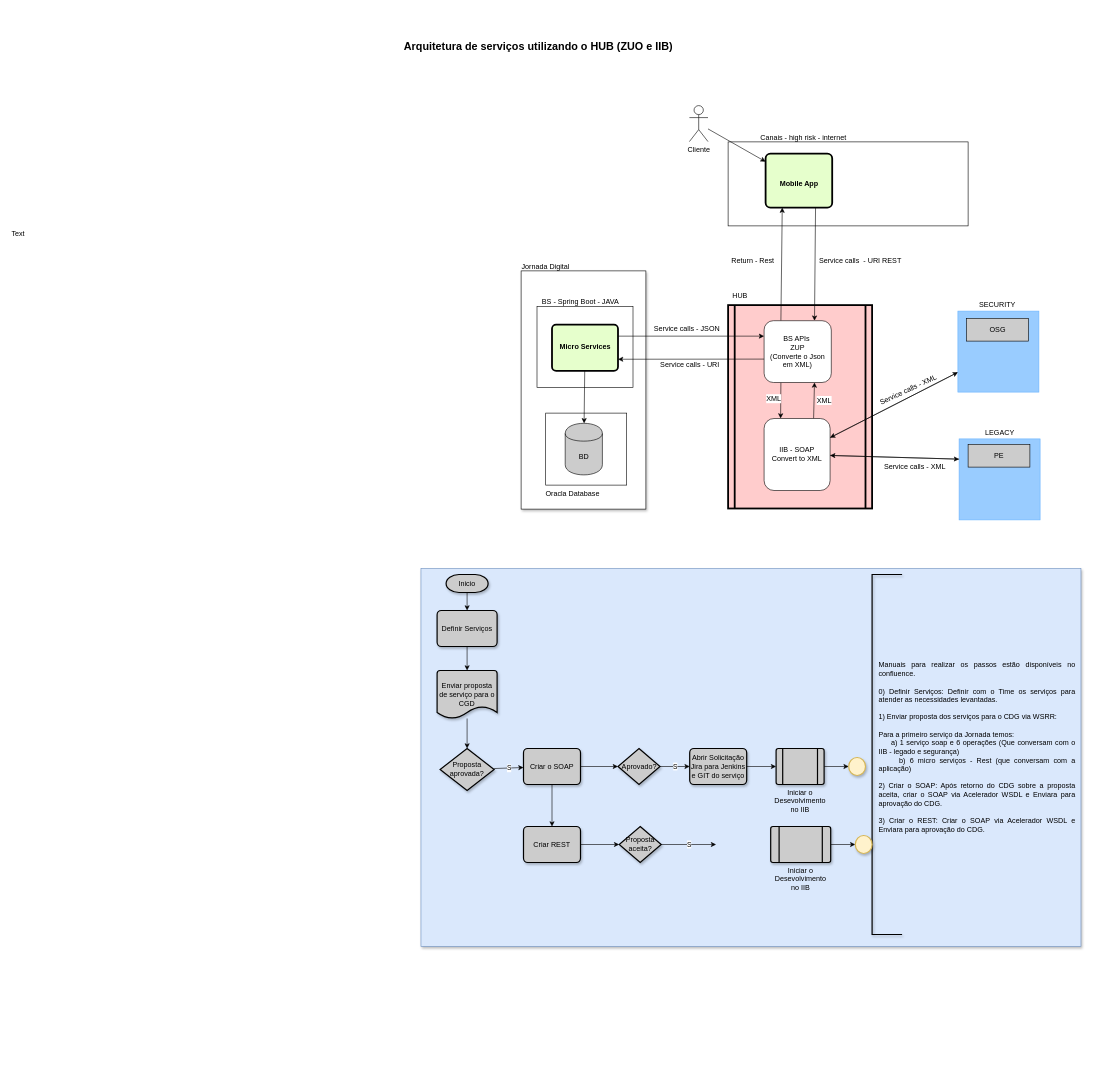
This is Untitled Diagram.drawio from lucypbraz/Projects, a draw.io file, before an edit. Source tidied: cells renumbered, new cells numbered last; positions are measured from the earlier drawing's top-left corner, leaving out a move shared by most shapes. Both pictures are drawn from the tidied source at 60%, with x=0, y=0 at pixel (10, 16).
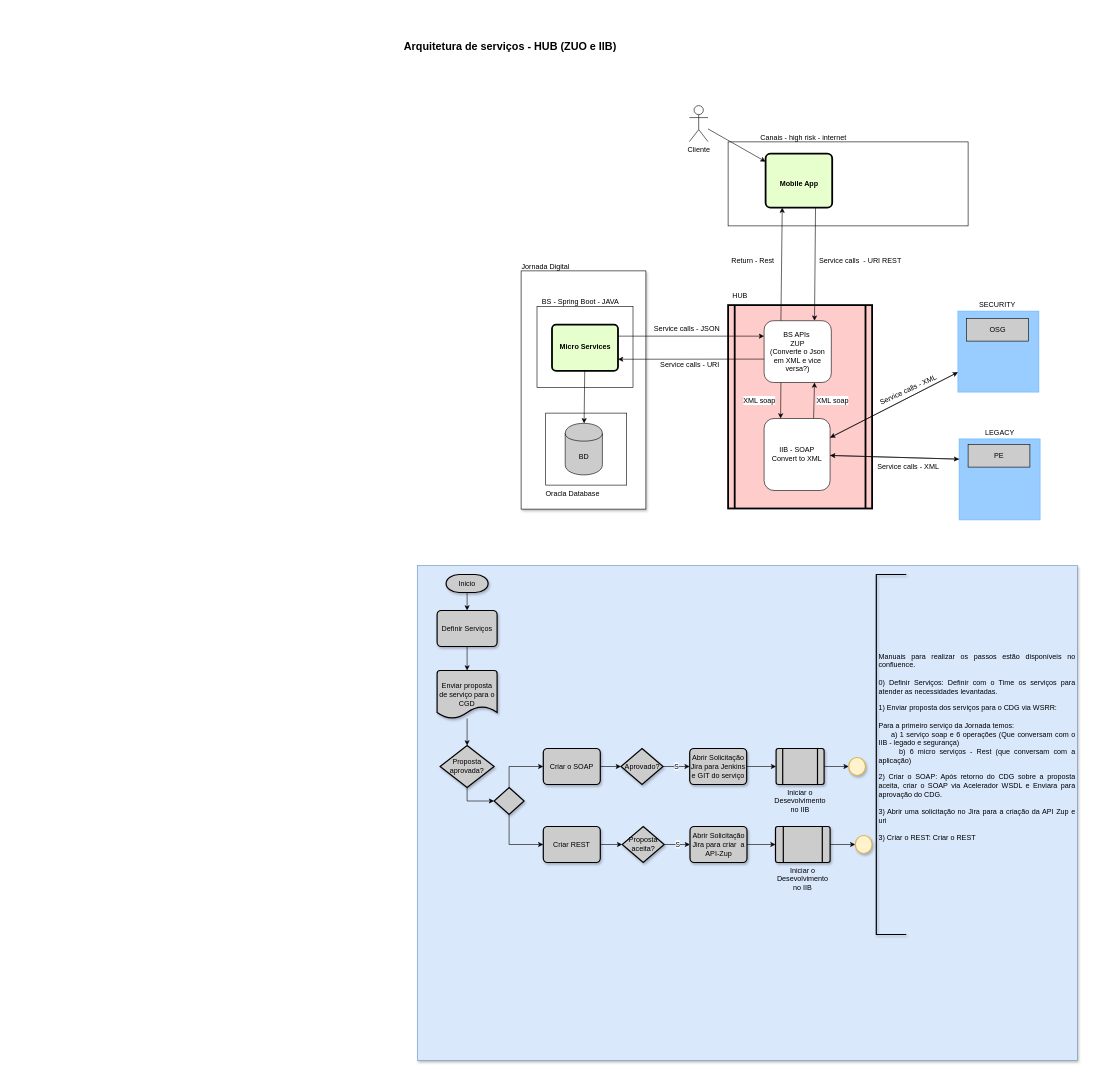
The same diagram, later.

The change refers to these unchanged cells:
```xml
<mxCell id="16" style="edgeStyle=none;rounded=0;jettySize=auto;html=1;exitX=0.25;exitY=1;exitDx=0;exitDy=0;entryX=0.25;entryY=0;entryDx=0;entryDy=0;" parent="1" edge="1" source="18" target="23">
  <mxGeometry relative="1" as="geometry" />
</mxCell>
<mxCell id="20" style="edgeStyle=none;rounded=0;jettySize=auto;html=1;entryX=0.75;entryY=1;entryDx=0;entryDy=0;exitX=0.75;exitY=0;exitDx=0;exitDy=0;" parent="1" edge="1" source="23" target="18">
  <mxGeometry relative="1" as="geometry" />
</mxCell>
<mxCell id="31" style="edgeStyle=none;rounded=0;jettySize=auto;html=1;entryX=0;entryY=0.25;entryDx=0;entryDy=0;" parent="1" edge="1" source="23" target="5">
  <mxGeometry relative="1" as="geometry" />
</mxCell>
```

Diff of the diagram source:
```diff
@@
     <mxCell id="2" style="rounded=0;whiteSpace=wrap;html=1;shadow=1;fillColor=#dae8fc;strokeColor=#6c8ebf;" parent="1" vertex="1">
-      <mxGeometry x="684.1" y="920" width="1100" height="630" as="geometry" />
+      <mxGeometry x="678" y="915" width="1100" height="825" as="geometry" />
     </mxCell>
@@
-    <mxCell id="17" value="XML" style="text;html=1;align=center;verticalAlign=middle;labelBackgroundColor=#ffffff;" parent="16" vertex="1">
+    <mxCell id="17" value="XML soap" style="text;html=1;align=center;verticalAlign=middle;labelBackgroundColor=#ffffff;" parent="16" vertex="1">
       <mxGeometry x="-0.56" y="-1" relative="1" as="geometry">
-        <mxPoint x="73" y="17" as="offset" />
+        <mxPoint x="86.5" y="17" as="offset" />
       </mxGeometry>
     </mxCell>
-    <mxCell id="18" value="&lt;span&gt;BS APIs&amp;nbsp;&lt;br&gt;ZUP&lt;br&gt;(Converte o Json em XML)&lt;br&gt;&lt;/span&gt;" style="rounded=1;whiteSpace=wrap;html=1;" parent="1" vertex="1">
+    <mxCell id="18" value="&lt;span&gt;BS APIs&amp;nbsp;&lt;br&gt;ZUP&lt;br&gt;(Converte o Json em XML e vice versa?)&lt;br&gt;&lt;/span&gt;" style="rounded=1;whiteSpace=wrap;html=1;" parent="1" vertex="1">
       <mxGeometry x="1256" y="507" width="112" height="103" as="geometry" />
     </mxCell>
@@
-    <mxCell id="21" value="XML" style="text;html=1;align=center;verticalAlign=middle;labelBackgroundColor=#ffffff;" parent="20" vertex="1">
+    <mxCell id="21" value="XML soap" style="text;html=1;align=center;verticalAlign=middle;labelBackgroundColor=#ffffff;" parent="20" vertex="1">
       <mxGeometry x="-0.27" y="3" relative="1" as="geometry">
-        <mxPoint x="-65" y="-11.5" as="offset" />
+        <mxPoint x="-88.5" y="-8" as="offset" />
       </mxGeometry>
     </mxCell>
@@
     <mxCell id="32" value="Service calls - XML" style="text;html=1;align=center;verticalAlign=middle;labelBackgroundColor=#ffffff;" parent="31" vertex="1">
       <mxGeometry x="0.34" y="2" relative="1" as="geometry">
-        <mxPoint x="-3" y="17" as="offset" />
+        <mxPoint x="-14" y="17" as="offset" />
       </mxGeometry>
     </mxCell>
@@
-    <mxCell id="46" value="&lt;h1&gt;&lt;font style=&quot;font-size: 18px&quot;&gt;Arquitetura de serviços utilizando o HUB (ZUO e IIB)&lt;/font&gt;&lt;/h1&gt;&lt;div&gt;&lt;font style=&quot;font-size: 18px&quot;&gt;&lt;br&gt;&lt;/font&gt;&lt;/div&gt;" style="text;html=1;strokeColor=none;fillColor=none;spacing=5;spacingTop=-20;whiteSpace=wrap;overflow=hidden;rounded=0;shadow=1;fontSize=21;" parent="1" vertex="1">
+    <mxCell id="46" value="&lt;h1&gt;&lt;font style=&quot;font-size: 18px&quot;&gt;Arquitetura de serviços - HUB (ZUO e IIB)&lt;/font&gt;&lt;/h1&gt;&lt;div&gt;&lt;font style=&quot;font-size: 18px&quot;&gt;&lt;br&gt;&lt;/font&gt;&lt;/div&gt;" style="text;html=1;strokeColor=none;fillColor=none;spacing=5;spacingTop=-20;whiteSpace=wrap;overflow=hidden;rounded=0;shadow=1;fontSize=21;" parent="1" vertex="1">
       <mxGeometry x="651" width="1166" height="120" as="geometry" />
     </mxCell>
-    <mxCell id="47" value="Text" style="text;html=1;align=left;verticalAlign=top;spacingTop=-4;" parent="1" vertex="1">
-      <mxGeometry y="352" width="40" height="10" as="geometry" />
-    </mxCell>
-    <mxCell id="48" value="&lt;div style=&quot;text-align: justify&quot;&gt;Manuais para realizar os passos estão disponíveis no confluence.&lt;/div&gt;&lt;div style=&quot;text-align: justify&quot;&gt;&lt;br&gt;&lt;/div&gt;&lt;div style=&quot;text-align: justify&quot;&gt;0) Definir Serviços: Definir com o Time os serviços para atender as necessidades levantadas.&lt;/div&gt;&lt;div style=&quot;text-align: justify&quot;&gt;&lt;br&gt;&lt;/div&gt;&lt;div style=&quot;text-align: justify&quot;&gt;&lt;span&gt;1) Enviar proposta dos serviços para o CDG via WSRR:&lt;/span&gt;&lt;br&gt;&lt;/div&gt;&lt;div style=&quot;text-align: justify&quot;&gt;&lt;span&gt;&lt;br&gt;&lt;/span&gt;&lt;/div&gt;&lt;div style=&quot;text-align: justify&quot;&gt;&lt;span&gt;Para a primeiro serviço da Jornada temos:&amp;nbsp;&lt;/span&gt;&lt;/div&gt;&lt;div style=&quot;text-align: justify&quot;&gt;&lt;span&gt;&amp;nbsp; &amp;nbsp; &amp;nbsp;a) 1 serviço soap e 6 operações (Que conversam com o IIB - legado e segurança)&lt;/span&gt;&lt;/div&gt;&lt;div style=&quot;text-align: justify&quot;&gt;&lt;span&gt;&amp;nbsp; &amp;nbsp; &amp;nbsp;b) 6 micro serviços - Rest (que conversam com a aplicação)&lt;/span&gt;&lt;/div&gt;&lt;div style=&quot;text-align: justify&quot;&gt;&lt;span&gt;&lt;br&gt;&lt;/span&gt;&lt;/div&gt;&lt;div style=&quot;text-align: justify&quot;&gt;&lt;span&gt;2) Criar o SOAP: Após retorno do CDG sobre a proposta aceita, criar o SOAP via Acelerador WSDL e Enviara para aprovação do CDG.&lt;/span&gt;&lt;/div&gt;&lt;div style=&quot;text-align: justify&quot;&gt;&lt;span&gt;&lt;br&gt;&lt;/span&gt;&lt;/div&gt;&lt;div style=&quot;text-align: justify&quot;&gt;3) Criar o REST: Criar o SOAP via Acelerador WSDL e Enviara para aprovação do CDG.&lt;span&gt;&lt;br&gt;&lt;/span&gt;&lt;/div&gt;&lt;div style=&quot;text-align: justify&quot;&gt;&lt;br&gt;&lt;/div&gt;" style="text;html=1;strokeColor=none;fillColor=none;align=center;verticalAlign=middle;whiteSpace=wrap;rounded=0;shadow=1;" parent="1" vertex="1">
+    <mxCell id="48" value="&lt;div style=&quot;text-align: justify&quot;&gt;Manuais para realizar os passos estão disponíveis no confluence.&lt;/div&gt;&lt;div style=&quot;text-align: justify&quot;&gt;&lt;br&gt;&lt;/div&gt;&lt;div style=&quot;text-align: justify&quot;&gt;0) Definir Serviços: Definir com o Time os serviços para atender as necessidades levantadas.&lt;/div&gt;&lt;div style=&quot;text-align: justify&quot;&gt;&lt;br&gt;&lt;/div&gt;&lt;div style=&quot;text-align: justify&quot;&gt;&lt;span&gt;1) Enviar proposta dos serviços para o CDG via WSRR:&lt;/span&gt;&lt;br&gt;&lt;/div&gt;&lt;div style=&quot;text-align: justify&quot;&gt;&lt;span&gt;&lt;br&gt;&lt;/span&gt;&lt;/div&gt;&lt;div style=&quot;text-align: justify&quot;&gt;&lt;span&gt;Para a primeiro serviço da Jornada temos:&amp;nbsp;&lt;/span&gt;&lt;/div&gt;&lt;div style=&quot;text-align: justify&quot;&gt;&lt;span&gt;&amp;nbsp; &amp;nbsp; &amp;nbsp;a) 1 serviço soap e 6 operações (Que conversam com o IIB - legado e segurança)&lt;/span&gt;&lt;/div&gt;&lt;div style=&quot;text-align: justify&quot;&gt;&lt;span&gt;&amp;nbsp; &amp;nbsp; &amp;nbsp;b) 6 micro serviços - Rest (que conversam com a aplicação)&lt;/span&gt;&lt;/div&gt;&lt;div style=&quot;text-align: justify&quot;&gt;&lt;span&gt;&lt;br&gt;&lt;/span&gt;&lt;/div&gt;&lt;div style=&quot;text-align: justify&quot;&gt;&lt;span&gt;2) Criar o SOAP: Após retorno do CDG sobre a proposta aceita, criar o SOAP via Acelerador WSDL e Enviara para aprovação do CDG.&lt;/span&gt;&lt;/div&gt;&lt;div style=&quot;text-align: justify&quot;&gt;&lt;span&gt;&amp;nbsp;&lt;/span&gt;&lt;/div&gt;&lt;div style=&quot;text-align: justify&quot;&gt;&lt;span&gt;3) Abrir uma solicitação no Jira para a criação da API Zup e uri&lt;/span&gt;&lt;/div&gt;&lt;div style=&quot;text-align: justify&quot;&gt;&lt;span&gt;&lt;br&gt;&lt;/span&gt;&lt;/div&gt;&lt;div style=&quot;text-align: justify&quot;&gt;3) Criar o REST: Criar o REST&lt;span&gt;&lt;br&gt;&lt;/span&gt;&lt;/div&gt;&lt;div style=&quot;text-align: justify&quot;&gt;&lt;br&gt;&lt;/div&gt;" style="text;html=1;strokeColor=none;fillColor=none;align=center;verticalAlign=middle;whiteSpace=wrap;rounded=0;shadow=1;" parent="1" vertex="1">
       <mxGeometry x="1446" y="950" width="330" height="550" as="geometry" />
     </mxCell>
@@
-    <mxCell id="53" value="S" style="edgeStyle=none;rounded=0;jettySize=auto;html=1;" parent="1" edge="1" source="54" target="59">
-      <mxGeometry relative="1" as="geometry" />
-    </mxCell>
+    <mxCell id="75" style="edgeStyle=orthogonalEdgeStyle;rounded=0;jettySize=auto;html=1;entryX=0;entryY=0.5;entryDx=0;entryDy=0;entryPerimeter=0;" parent="1" edge="1" source="54" target="80">
+      <mxGeometry relative="1" as="geometry" />
+    </mxCell>
     <mxCell id="54" value="Proposta aprovada?" style="strokeWidth=2;html=1;shape=mxgraph.flowchart.decision;whiteSpace=wrap;shadow=1;fillColor=#CCCCCC;" parent="1" vertex="1">
-      <mxGeometry x="716" y="1220" width="90" height="70" as="geometry" />
+      <mxGeometry x="716" y="1215" width="90" height="70" as="geometry" />
     </mxCell>
@@
-    <mxCell id="57" style="edgeStyle=none;rounded=0;jettySize=auto;html=1;" parent="1" edge="1" source="59" target="61">
-      <mxGeometry relative="1" as="geometry" />
-    </mxCell>
@@
     <mxCell id="59" value="Criar o SOAP" style="rounded=1;whiteSpace=wrap;html=1;absoluteArcSize=1;arcSize=14;strokeWidth=2;shadow=1;fillColor=#CCCCCC;" parent="1" vertex="1">
-      <mxGeometry x="855" y="1220" width="95" height="60" as="geometry" />
+      <mxGeometry x="888" y="1220" width="95" height="60" as="geometry" />
     </mxCell>
@@
     <mxCell id="61" value="Criar REST" style="rounded=1;whiteSpace=wrap;html=1;absoluteArcSize=1;arcSize=14;strokeWidth=2;shadow=1;fillColor=#CCCCCC;" parent="1" vertex="1">
-      <mxGeometry x="855" y="1350" width="95" height="60" as="geometry" />
+      <mxGeometry x="888" y="1350" width="95" height="60" as="geometry" />
     </mxCell>
     <mxCell id="62" style="strokeWidth=2;html=1;shape=mxgraph.flowchart.annotation_1;align=left;shadow=1;fillColor=#CCCCCC;" parent="1" vertex="1">
-      <mxGeometry x="1436" y="930" width="50" height="600" as="geometry" />
+      <mxGeometry x="1443" y="930" width="50" height="600" as="geometry" />
     </mxCell>
@@
     <mxCell id="66" value="Aprovado?" style="strokeWidth=2;html=1;shape=mxgraph.flowchart.decision;whiteSpace=wrap;shadow=1;fillColor=#CCCCCC;" parent="1" vertex="1">
-      <mxGeometry x="1012.5" y="1220" width="70" height="60" as="geometry" />
+      <mxGeometry x="1017.5" y="1220" width="70" height="60" as="geometry" />
     </mxCell>
@@
     <mxCell id="69" value="Iniciar o Desevolvimento no IIB" style="verticalLabelPosition=bottom;verticalAlign=top;html=1;strokeWidth=2;shape=process;whiteSpace=wrap;rounded=1;size=0.14;arcSize=6;shadow=1;fillColor=#CCCCCC;" parent="1" vertex="1">
-      <mxGeometry x="1267" y="1350" width="100" height="60" as="geometry" />
+      <mxGeometry x="1275" y="1350" width="91" height="60" as="geometry" />
     </mxCell>
-    <mxCell id="70" value="S" style="edgeStyle=none;rounded=0;jettySize=auto;html=1;" parent="1" edge="1" source="71">
-      <mxGeometry relative="1" as="geometry">
-        <mxPoint x="1176" y="1380" as="targetPoint" />
-      </mxGeometry>
+    <mxCell id="70" value="S" style="edgeStyle=none;rounded=0;jettySize=auto;html=1;" parent="1" edge="1" source="71" target="77">
+      <mxGeometry relative="1" as="geometry" />
     </mxCell>
     <mxCell id="71" value="Proposta aceita?" style="strokeWidth=2;html=1;shape=mxgraph.flowchart.decision;whiteSpace=wrap;shadow=1;fillColor=#CCCCCC;" parent="1" vertex="1">
-      <mxGeometry x="1014.5" y="1350" width="70" height="60" as="geometry" />
+      <mxGeometry x="1019.5" y="1350" width="70" height="60" as="geometry" />
     </mxCell>
@@
+    <mxCell id="76" style="edgeStyle=orthogonalEdgeStyle;rounded=0;jettySize=auto;html=1;" parent="1" edge="1" source="77" target="69">
+      <mxGeometry relative="1" as="geometry" />
+    </mxCell>
+    <mxCell id="77" value="Abrir Solicitação Jira para criar&amp;nbsp; a API-Zup" style="rounded=1;whiteSpace=wrap;html=1;absoluteArcSize=1;arcSize=14;strokeWidth=2;shadow=1;fillColor=#CCCCCC;" parent="1" vertex="1">
+      <mxGeometry x="1132.5" y="1350" width="95" height="60" as="geometry" />
+    </mxCell>
+    <mxCell id="78" style="edgeStyle=orthogonalEdgeStyle;rounded=0;jettySize=auto;html=1;entryX=0;entryY=0.5;entryDx=0;entryDy=0;exitX=0.5;exitY=0;exitDx=0;exitDy=0;exitPerimeter=0;" parent="1" edge="1" source="80" target="59">
+      <mxGeometry relative="1" as="geometry" />
+    </mxCell>
+    <mxCell id="79" style="edgeStyle=orthogonalEdgeStyle;rounded=0;jettySize=auto;html=1;entryX=0;entryY=0.5;entryDx=0;entryDy=0;exitX=0.5;exitY=1;exitDx=0;exitDy=0;exitPerimeter=0;" parent="1" edge="1" source="80" target="61">
+      <mxGeometry relative="1" as="geometry" />
+    </mxCell>
+    <mxCell id="80" style="strokeWidth=2;html=1;shape=mxgraph.flowchart.decision;whiteSpace=wrap;shadow=1;fillColor=#CCCCCC;" parent="1" vertex="1">
+      <mxGeometry x="806" y="1285" width="50" height="45" as="geometry" />
+    </mxCell>
```
